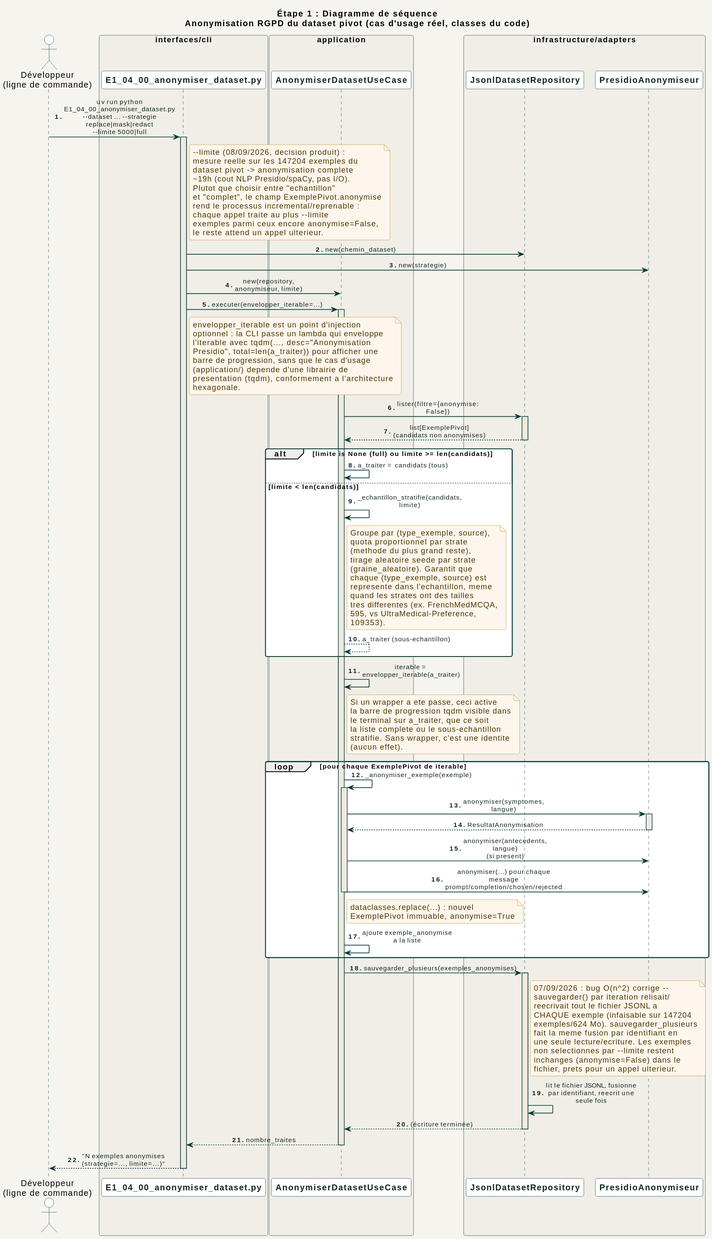
Above: docs/diagrams/02_etape1_donnees/sequence/anonymiser_dataset.svg in racemartin/m14_ocr (PlantUML), before the change.
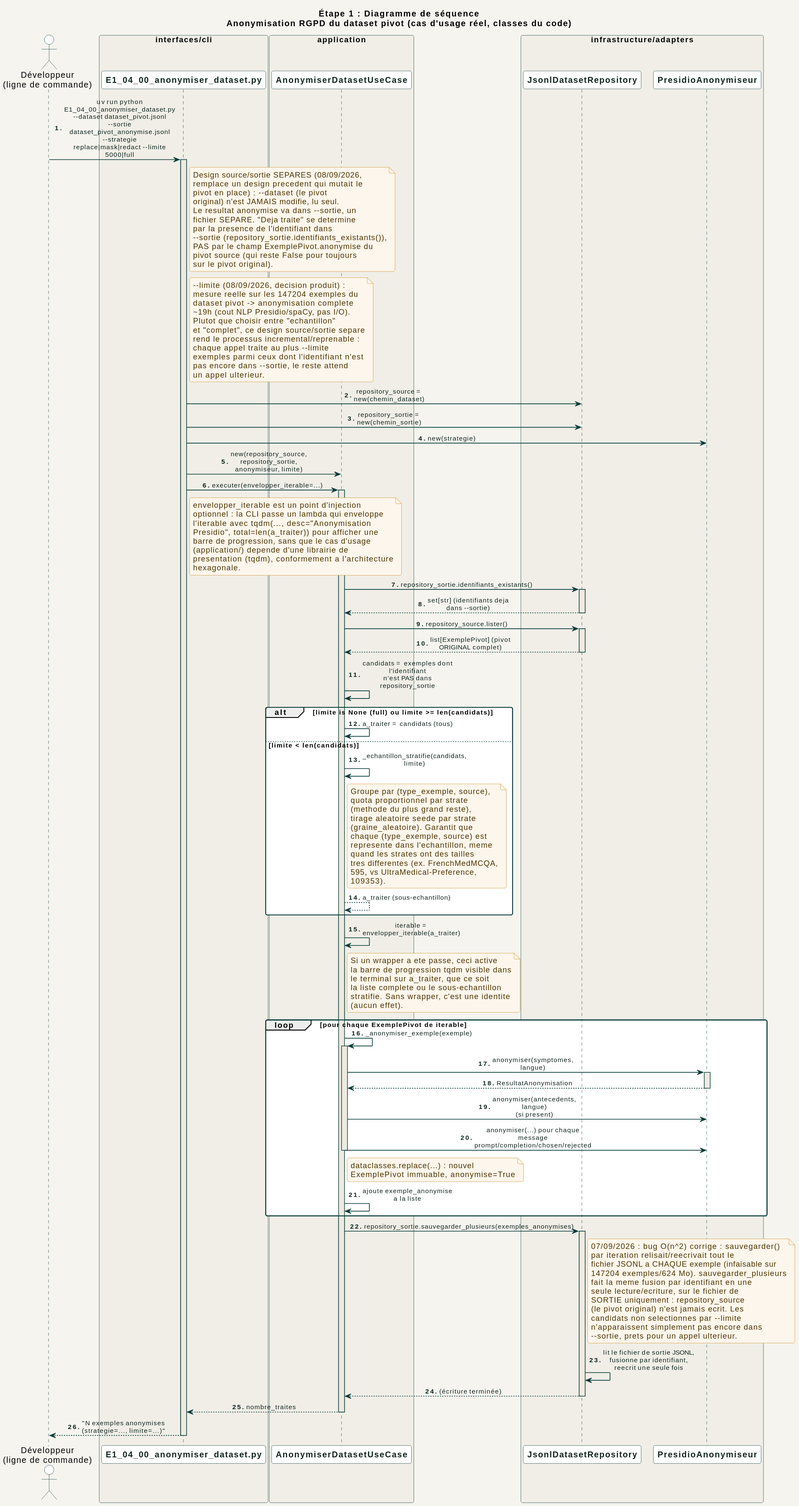
The same diagram one commit later.

Diff of the diagram source:
```diff
@@ -20,8 +20,22 @@
 
 autonumber "<b>0."
 
-Dev -> CLI : uv run python E1_04_00_anonymiser_dataset.py\n~-~-dataset ... ~-~-strategie replace|mask|redact\n~-~-limite 5000|full
+Dev -> CLI : uv run python E1_04_00_anonymiser_dataset.py\n~-~-dataset dataset_pivot.jsonl ~-~-sortie dataset_pivot_anonymise.jsonl\n~-~-strategie replace|mask|redact ~-~-limite 5000|full
 activate CLI
+
+note right of CLI
+  Design source/sortie SEPARES (08/09/2026,
+  remplace un design precedent qui mutait le
+  pivot en place) : ~-~-dataset (le pivot
+  original) n'est JAMAIS modifie, lu seul.
+  Le resultat anonymise va dans ~-~-sortie, un
+  fichier SEPARE. "Deja traite" se determine
+  par la presence de l'identifiant dans
+  ~-~-sortie (repository_sortie.identifiants_existants()),
+  PAS par le champ ExemplePivot.anonymise du
+  pivot source (qui reste False pour toujours
+  sur le pivot original).
+end note
 
 note right of CLI
   ~-~-limite (08/09/2026, decision produit) :
@@ -29,16 +43,18 @@
   dataset pivot -> anonymisation complete
   ~19h (cout NLP Presidio/spaCy, pas I/O).
   Plutot que choisir entre "echantillon"
-  et "complet", le champ ExemplePivot.anonymise
+  et "complet", ce design source/sortie separe
   rend le processus incremental/reprenable :
   chaque appel traite au plus ~-~-limite
-  exemples parmi ceux encore anonymise=False,
-  le reste attend un appel ulterieur.
+  exemples parmi ceux dont l'identifiant n'est
+  pas encore dans ~-~-sortie, le reste attend
+  un appel ulterieur.
 end note
 
-CLI -> Repo : new(chemin_dataset)
+CLI -> Repo : repository_source = new(chemin_dataset)
+CLI -> Repo : repository_sortie = new(chemin_sortie)
 CLI -> Anonymiseur : new(strategie)
-CLI -> UC : new(repository, anonymiseur, limite)
+CLI -> UC : new(repository_source, repository_sortie,\nanonymiseur, limite)
 
 CLI -> UC : executer(envelopper_iterable=...)
 activate UC
@@ -54,10 +70,15 @@
   hexagonale.
 end note
 
-UC -> Repo : lister(filtre={anonymise: False})
+UC -> Repo : repository_sortie.identifiants_existants()
 activate Repo
-Repo --> UC : list[ExemplePivot] (candidats non anonymises)
+Repo --> UC : set[str] (identifiants deja dans ~-~-sortie)
 deactivate Repo
+UC -> Repo : repository_source.lister()
+activate Repo
+Repo --> UC : list[ExemplePivot] (pivot ORIGINAL complet)
+deactivate Repo
+UC -> UC : candidats = exemples dont l'identifiant\nn'est PAS dans repository_sortie
 
 alt limite is None (full) ou limite >= len(candidats)
   UC -> UC : a_traiter = candidats (tous)
@@ -106,21 +127,22 @@
   UC -> UC : ajoute exemple_anonymise a la liste
 end
 
-UC -> Repo : sauvegarder_plusieurs(exemples_anonymises)
+UC -> Repo : repository_sortie.sauvegarder_plusieurs(exemples_anonymises)
 activate Repo
 note right of Repo
-  07/09/2026 : bug O(n^2) corrige --
-  sauvegarder() par iteration relisait/
-  reecrivait tout le fichier JSONL a
-  CHAQUE exemple (infaisable sur 147204
-  exemples/624 Mo). sauvegarder_plusieurs
-  fait la meme fusion par identifiant en
-  une seule lecture/ecriture. Les exemples
-  non selectionnes par ~-~-limite restent
-  inchanges (anonymise=False) dans le
-  fichier, prets pour un appel ulterieur.
+  07/09/2026 : bug O(n^2) corrige : sauvegarder()
+  par iteration relisait/reecrivait tout le
+  fichier JSONL a CHAQUE exemple (infaisable sur
+  147204 exemples/624 Mo). sauvegarder_plusieurs
+  fait la meme fusion par identifiant en une
+  seule lecture/ecriture, sur le fichier de
+  SORTIE uniquement : repository_source
+  (le pivot original) n'est jamais ecrit. Les
+  candidats non selectionnes par ~-~-limite
+  n'apparaissent simplement pas encore dans
+  ~-~-sortie, prets pour un appel ulterieur.
 end note
-Repo -> Repo : lit le fichier JSONL, fusionne\npar identifiant, reecrit une seule fois
+Repo -> Repo : lit le fichier de sortie JSONL,\nfusionne par identifiant, reecrit une seule fois
 Repo --> UC : (écriture terminée)
 deactivate Repo
 
```
